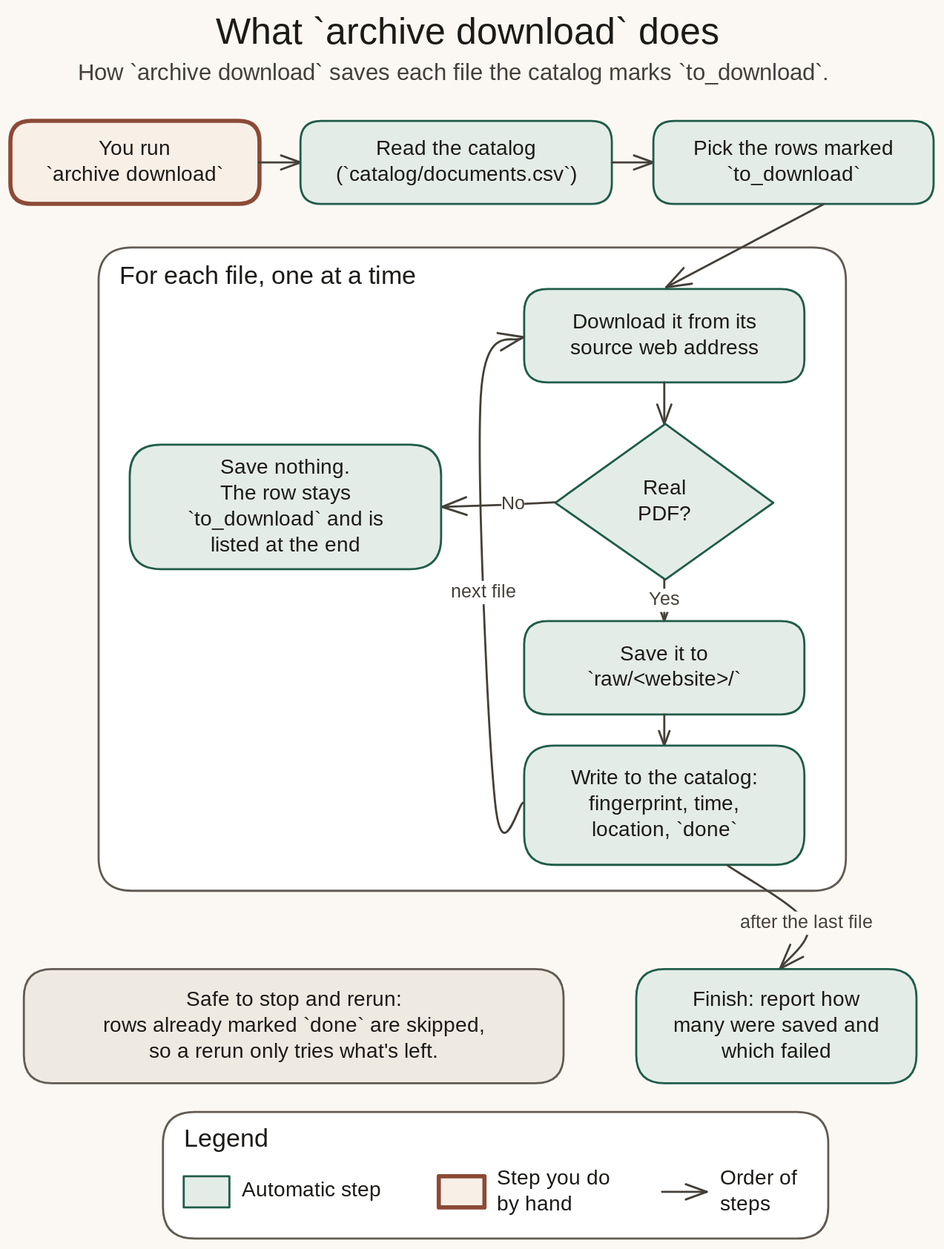
Before: docs/diagrams/svgs/download-script.excalidraw.svg, a diagram exported from Excalidraw (alemarieceria/jbphh-dw-archive-pipeline). Source tidied: one line per element, renumbered; positions are measured from the earlier drawing's top-left corner, leaving out a move shared by most shapes. Source of this version:
```json
{"id": 0, "type": "text", "text": "What `archive download` does", "strokeColor": "#1c1a17", "strokeWidth": 2, "roughness": 1, "fontSize": 36, "fontFamily": 5, "x": 198, "y": 0, "width": 539, "height": 45}
{"id": 1, "type": "text", "text": "How `archive download` saves each file the catalog marks `to_download`.", "strokeColor": "#443f38", "strokeWidth": 2, "roughness": 1, "fontSize": 22, "fontFamily": 5, "x": 65, "y": 48, "width": 805, "height": 28}
{"id": 2, "type": "rectangle", "strokeColor": "#8c4a35", "backgroundColor": "#f8efe7", "fillStyle": "solid", "strokeWidth": 4, "roughness": 0, "round": true, "x": 0, "y": 106, "width": 240, "height": 80}
{"id": 3, "type": "text", "text": "You run\n`archive download`", "strokeColor": "#1c1a17", "strokeWidth": 2, "roughness": 1, "fontSize": 20, "fontFamily": 5, "textAlign": "center", "verticalAlign": "middle", "inside": 2, "x": 26, "y": 121, "width": 188, "height": 50}
{"id": 4, "type": "arrow", "strokeColor": "#443f38", "strokeWidth": 2, "roughness": 0, "endArrowhead": "arrow", "round": true, "x": 239, "y": 147, "width": 40, "height": 0, "points": [[0, 0], [40, 0]]}
{"id": 5, "type": "rectangle", "strokeColor": "#1f5c4a", "backgroundColor": "#e4ece7", "fillStyle": "solid", "strokeWidth": 2, "roughness": 0, "round": true, "x": 279, "y": 107, "width": 300, "height": 80}
{"id": 6, "type": "text", "text": "Read the catalog\n(`catalog/documents.csv`)", "strokeColor": "#1c1a17", "strokeWidth": 2, "roughness": 1, "fontSize": 20, "fontFamily": 5, "textAlign": "center", "verticalAlign": "middle", "inside": 5, "x": 299, "y": 122, "width": 261, "height": 50}
{"id": 7, "type": "arrow", "strokeColor": "#443f38", "strokeWidth": 2, "roughness": 0, "endArrowhead": "arrow", "round": true, "x": 579, "y": 147, "width": 40, "height": 0, "points": [[0, 0], [40, 0]]}
{"id": 8, "type": "rectangle", "strokeColor": "#1f5c4a", "backgroundColor": "#e4ece7", "fillStyle": "solid", "strokeWidth": 2, "roughness": 0, "round": true, "x": 619, "y": 107, "width": 270, "height": 80}
{"id": 9, "type": "text", "text": "Pick the rows marked\n`to_download`", "strokeColor": "#1c1a17", "strokeWidth": 2, "roughness": 1, "fontSize": 20, "fontFamily": 5, "textAlign": "center", "verticalAlign": "middle", "inside": 8, "x": 650, "y": 122, "width": 208, "height": 50}
{"id": 10, "type": "rectangle", "strokeColor": "#625b53", "backgroundColor": "#ffffff", "fillStyle": "solid", "strokeWidth": 2, "roughness": 0, "round": true, "x": 85, "y": 229, "width": 720, "height": 620}
{"id": 11, "type": "text", "text": "For each file, one at a time", "strokeColor": "#1c1a17", "strokeWidth": 2, "roughness": 1, "fontSize": 24, "fontFamily": 5, "x": 105, "y": 243, "width": 320, "height": 30}
{"id": 12, "type": "arrow", "strokeColor": "#443f38", "strokeWidth": 2, "roughness": 0, "endArrowhead": "arrow", "round": true, "from": 8, "to": 13, "x": 783, "y": 187, "width": 152, "height": 80, "points": [[0, 0], [-152, 80]]}
{"id": 13, "type": "rectangle", "strokeColor": "#1f5c4a", "backgroundColor": "#e4ece7", "fillStyle": "solid", "strokeWidth": 2, "roughness": 0, "round": true, "x": 495, "y": 269, "width": 270, "height": 90}
{"id": 14, "type": "text", "text": "Download it from its\nsource web address", "strokeColor": "#1c1a17", "strokeWidth": 2, "roughness": 1, "fontSize": 20, "fontFamily": 5, "textAlign": "center", "verticalAlign": "middle", "inside": 13, "x": 529, "y": 289, "width": 202, "height": 50}
{"id": 15, "type": "arrow", "strokeColor": "#443f38", "strokeWidth": 2, "roughness": 0, "endArrowhead": "arrow", "round": true, "x": 630, "y": 359, "width": 0, "height": 40, "points": [[0, 0], [0, 40]]}
{"id": 16, "type": "diamond", "strokeColor": "#1f5c4a", "backgroundColor": "#e4ece7", "fillStyle": "solid", "strokeWidth": 2, "roughness": 0, "x": 525, "y": 399, "width": 210, "height": 150}
{"id": 17, "type": "text", "text": "Real\nPDF?", "strokeColor": "#1c1a17", "strokeWidth": 2, "roughness": 1, "fontSize": 20, "fontFamily": 5, "textAlign": "center", "verticalAlign": "middle", "inside": 16, "x": 604, "y": 449, "width": 52, "height": 50}
{"id": 18, "type": "arrow", "strokeColor": "#443f38", "strokeWidth": 2, "roughness": 0, "endArrowhead": "arrow", "round": true, "from": 16, "to": 20, "x": 525, "y": 474, "width": 109, "height": 4, "points": [[0, 0], [-40, 2], [-109, 4]]}
{"id": 19, "type": "text", "text": "No", "strokeColor": "#443f38", "strokeWidth": 2, "roughness": 1, "fontSize": 18, "fontFamily": 5, "textAlign": "center", "verticalAlign": "middle", "inside": 18, "x": 597, "y": 468, "width": 22, "height": 22}
{"id": 20, "type": "rectangle", "strokeColor": "#1f5c4a", "backgroundColor": "#e4ece7", "fillStyle": "solid", "strokeWidth": 2, "roughness": 0, "round": true, "x": 115, "y": 419, "width": 300, "height": 120}
{"id": 21, "type": "text", "text": "Save nothing.\nThe row stays\n`to_download` and is\nlisted at the end", "strokeColor": "#1c1a17", "strokeWidth": 2, "roughness": 1, "fontSize": 20, "fontFamily": 5, "textAlign": "center", "verticalAlign": "middle", "inside": 20, "x": 158, "y": 429, "width": 215, "height": 100}
{"id": 22, "type": "arrow", "strokeColor": "#443f38", "strokeWidth": 2, "roughness": 0, "endArrowhead": "arrow", "round": true, "x": 630, "y": 549, "width": 0, "height": 40, "points": [[0, 0], [0, 40]]}
{"id": 23, "type": "text", "text": "Yes", "strokeColor": "#443f38", "strokeWidth": 2, "roughness": 1, "fontSize": 18, "fontFamily": 5, "textAlign": "center", "verticalAlign": "middle", "inside": 22, "x": 739, "y": 560, "width": 29, "height": 22}
{"id": 24, "type": "rectangle", "strokeColor": "#1f5c4a", "backgroundColor": "#e4ece7", "fillStyle": "solid", "strokeWidth": 2, "roughness": 0, "round": true, "x": 495, "y": 589, "width": 270, "height": 90}
{"id": 25, "type": "text", "text": "Save it to\n`raw/<website>/`", "strokeColor": "#1c1a17", "strokeWidth": 2, "roughness": 1, "fontSize": 20, "fontFamily": 5, "textAlign": "center", "verticalAlign": "middle", "inside": 24, "x": 543, "y": 609, "width": 174, "height": 50}
{"id": 26, "type": "arrow", "strokeColor": "#443f38", "strokeWidth": 2, "roughness": 0, "endArrowhead": "arrow", "round": true, "x": 630, "y": 679, "width": 0, "height": 30, "points": [[0, 0], [0, 30]]}
{"id": 27, "type": "rectangle", "strokeColor": "#1f5c4a", "backgroundColor": "#e4ece7", "fillStyle": "solid", "strokeWidth": 2, "roughness": 0, "round": true, "x": 495, "y": 709, "width": 270, "height": 115}
{"id": 28, "type": "text", "text": "Write to the catalog:\nfingerprint, time,\nlocation, `done`", "strokeColor": "#1c1a17", "strokeWidth": 2, "roughness": 1, "fontSize": 20, "fontFamily": 5, "textAlign": "center", "verticalAlign": "middle", "inside": 27, "x": 526, "y": 729, "width": 208, "height": 75}
{"id": 29, "type": "arrow", "strokeColor": "#443f38", "strokeWidth": 2, "roughness": 0, "endArrowhead": "arrow", "round": true, "from": 27, "to": 13, "x": 494, "y": 764, "width": 41, "height": 449, "points": [[0, 0], [-27, 0], [-41, -393], [0, -449]]}
{"id": 30, "type": "text", "text": "next file", "strokeColor": "#443f38", "strokeWidth": 2, "roughness": 1, "fontSize": 18, "fontFamily": 5, "textAlign": "center", "verticalAlign": "middle", "inside": 29, "x": 542, "y": 553, "width": 74, "height": 22}
{"id": 31, "type": "arrow", "strokeColor": "#443f38", "strokeWidth": 2, "roughness": 0, "endArrowhead": "arrow", "round": true, "from": 27, "to": 33, "x": 691, "y": 824, "width": 76, "height": 99, "points": [[0, 0], [76, 56], [50, 99]]}
{"id": 32, "type": "text", "text": "after the last file", "strokeColor": "#443f38", "strokeWidth": 2, "roughness": 1, "fontSize": 18, "fontFamily": 5, "textAlign": "center", "verticalAlign": "middle", "inside": 31, "x": 951, "y": 860, "width": 159, "height": 22}
{"id": 33, "type": "rectangle", "strokeColor": "#1f5c4a", "backgroundColor": "#e4ece7", "fillStyle": "solid", "strokeWidth": 2, "roughness": 0, "round": true, "x": 603, "y": 924, "width": 270, "height": 110}
{"id": 34, "type": "text", "text": "Finish: report how\nmany were saved and\nwhich failed", "strokeColor": "#1c1a17", "strokeWidth": 2, "roughness": 1, "fontSize": 20, "fontFamily": 5, "textAlign": "center", "verticalAlign": "middle", "inside": 33, "x": 637, "y": 942, "width": 203, "height": 75}
{"id": 35, "type": "rectangle", "strokeColor": "#625b53", "backgroundColor": "#eeeae2", "fillStyle": "solid", "strokeWidth": 2, "roughness": 0, "round": true, "x": 13, "y": 924, "width": 520, "height": 110}
{"id": 36, "type": "text", "text": "Safe to stop and rerun:\nrows already marked `done` are skipped,\nso a rerun only tries what's left.", "strokeColor": "#1c1a17", "strokeWidth": 2, "roughness": 1, "fontSize": 20, "fontFamily": 5, "textAlign": "center", "verticalAlign": "middle", "inside": 35, "x": 75, "y": 942, "width": 396, "height": 75}
{"id": 37, "type": "rectangle", "strokeColor": "#625b53", "backgroundColor": "#ffffff", "fillStyle": "solid", "strokeWidth": 2, "roughness": 0, "round": true, "x": 147, "y": 1062, "width": 641, "height": 122}
{"id": 38, "type": "text", "text": "Legend", "strokeColor": "#1c1a17", "strokeWidth": 2, "roughness": 1, "fontSize": 24, "fontFamily": 5, "x": 167, "y": 1074, "width": 79, "height": 30}
{"id": 39, "type": "rectangle", "strokeColor": "#1f5c4a", "backgroundColor": "#e4ece7", "fillStyle": "solid", "strokeWidth": 2, "roughness": 0, "x": 167, "y": 1124, "width": 44, "height": 30}
{"id": 40, "type": "text", "text": "Automatic step", "strokeColor": "#1c1a17", "strokeWidth": 2, "roughness": 1, "fontSize": 20, "fontFamily": 5, "x": 223, "y": 1126, "width": 150, "height": 25}
{"id": 41, "type": "rectangle", "strokeColor": "#8c4a35", "backgroundColor": "#f8efe7", "fillStyle": "solid", "strokeWidth": 4, "roughness": 0, "x": 413, "y": 1124, "width": 44, "height": 30}
{"id": 42, "type": "text", "text": "Step you do\nby hand", "strokeColor": "#1c1a17", "strokeWidth": 2, "roughness": 1, "fontSize": 20, "fontFamily": 5, "x": 469, "y": 1114, "width": 119, "height": 50}
{"id": 43, "type": "arrow", "strokeColor": "#443f38", "strokeWidth": 2, "roughness": 0, "endArrowhead": "arrow", "x": 628, "y": 1139, "width": 43, "height": 0, "points": [[0, 0], [43, 0]]}
{"id": 44, "type": "text", "text": "Order of\nsteps", "strokeColor": "#1c1a17", "strokeWidth": 2, "roughness": 1, "fontSize": 20, "fontFamily": 5, "x": 683, "y": 1114, "width": 85, "height": 50}
```
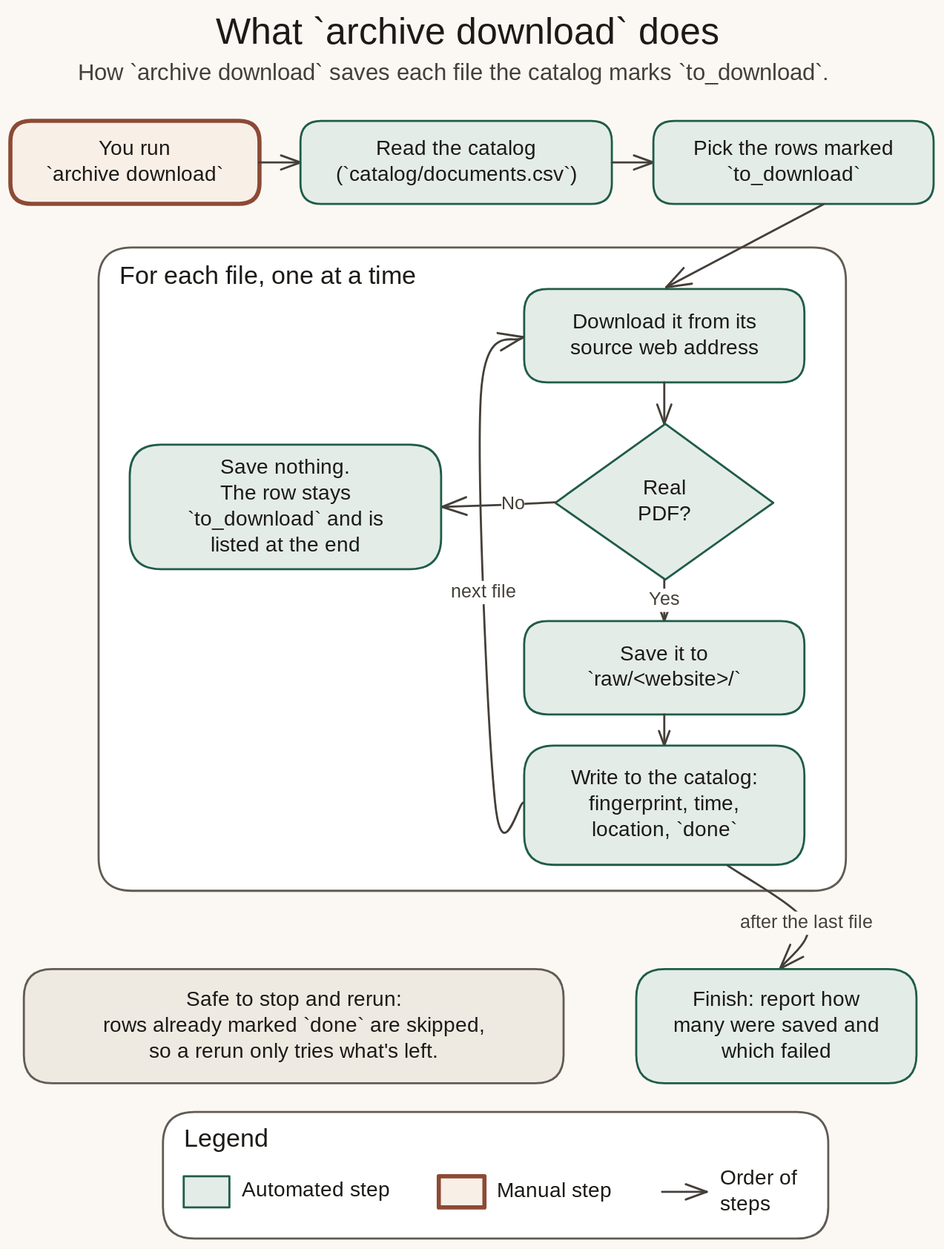
After the change.

Change to the diagram source:
```diff
@@ -38,8 +38,8 @@
 {"id": 37, "type": "rectangle", "strokeColor": "#625b53", "backgroundColor": "#ffffff", "fillStyle": "solid", "strokeWidth": 2, "roughness": 0, "round": true, "x": 147, "y": 1062, "width": 641, "height": 122}
 {"id": 38, "type": "text", "text": "Legend", "strokeColor": "#1c1a17", "strokeWidth": 2, "roughness": 1, "fontSize": 24, "fontFamily": 5, "x": 167, "y": 1074, "width": 79, "height": 30}
 {"id": 39, "type": "rectangle", "strokeColor": "#1f5c4a", "backgroundColor": "#e4ece7", "fillStyle": "solid", "strokeWidth": 2, "roughness": 0, "x": 167, "y": 1124, "width": 44, "height": 30}
-{"id": 40, "type": "text", "text": "Automatic step", "strokeColor": "#1c1a17", "strokeWidth": 2, "roughness": 1, "fontSize": 20, "fontFamily": 5, "x": 223, "y": 1126, "width": 150, "height": 25}
+{"id": 40, "type": "text", "text": "Automated step", "strokeColor": "#1c1a17", "strokeWidth": 2, "roughness": 1, "fontSize": 20, "fontFamily": 5, "x": 223, "y": 1126, "width": 158, "height": 25}
 {"id": 41, "type": "rectangle", "strokeColor": "#8c4a35", "backgroundColor": "#f8efe7", "fillStyle": "solid", "strokeWidth": 4, "roughness": 0, "x": 413, "y": 1124, "width": 44, "height": 30}
-{"id": 42, "type": "text", "text": "Step you do\nby hand", "strokeColor": "#1c1a17", "strokeWidth": 2, "roughness": 1, "fontSize": 20, "fontFamily": 5, "x": 469, "y": 1114, "width": 119, "height": 50}
+{"id": 42, "type": "text", "text": "Manual step", "strokeColor": "#1c1a17", "strokeWidth": 2, "roughness": 1, "fontSize": 20, "fontFamily": 5, "x": 469, "y": 1126, "width": 116, "height": 25}
 {"id": 43, "type": "arrow", "strokeColor": "#443f38", "strokeWidth": 2, "roughness": 0, "endArrowhead": "arrow", "x": 628, "y": 1139, "width": 43, "height": 0, "points": [[0, 0], [43, 0]]}
 {"id": 44, "type": "text", "text": "Order of\nsteps", "strokeColor": "#1c1a17", "strokeWidth": 2, "roughness": 1, "fontSize": 20, "fontFamily": 5, "x": 683, "y": 1114, "width": 85, "height": 50}
```
